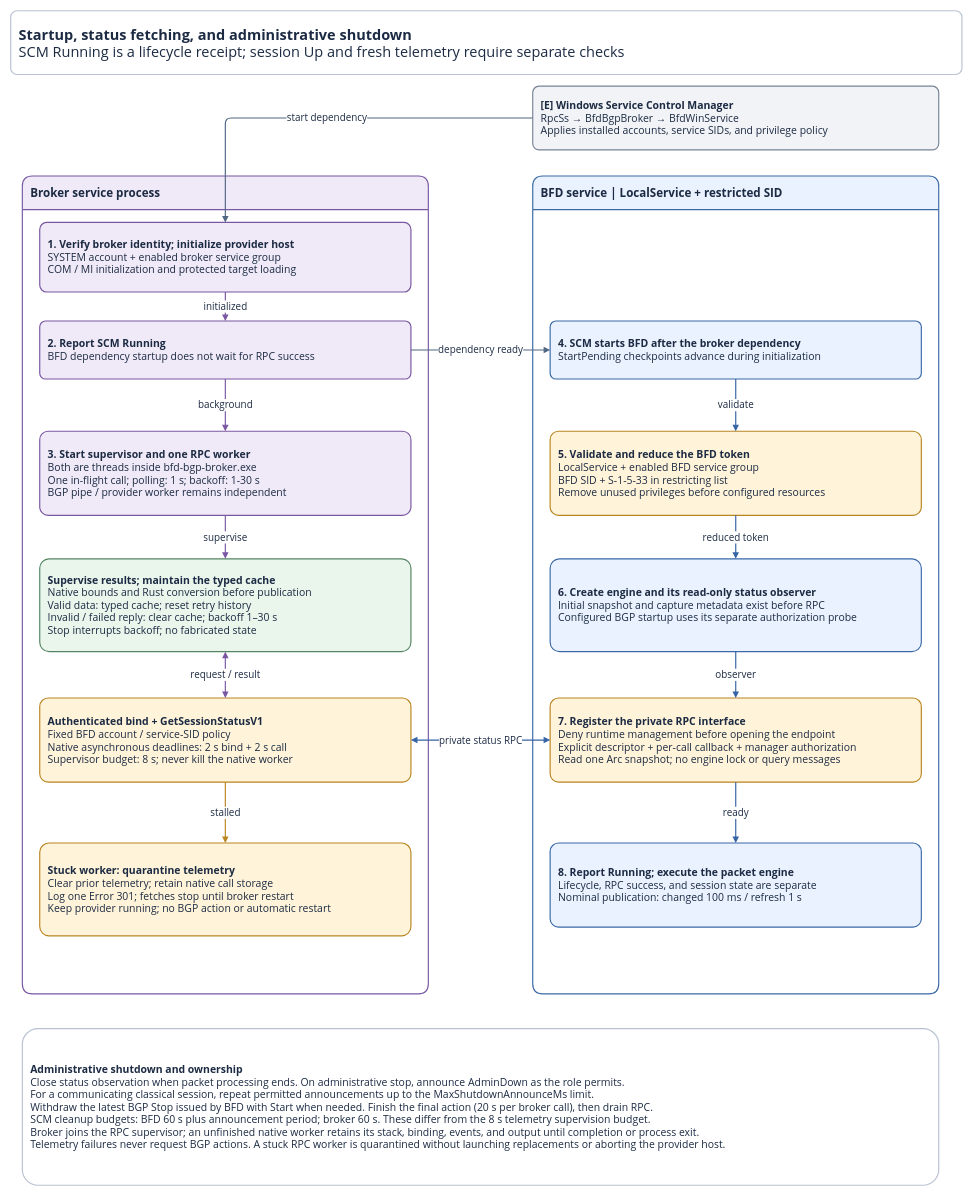
miketheitguy/bfd-winservice keeps this draw.io diagram as page "2 Service lifecycle" (2 of 3) of docs/service-communication.drawio. Above is the earlier version. Source tidied: cells renumbered, new cells numbered last; positions are measured from the earlier drawing's top-left corner, leaving out a move shared by most shapes. Both pictures are drawn from the tidied source at 58%, with x=0, y=0 at pixel (10, 10).
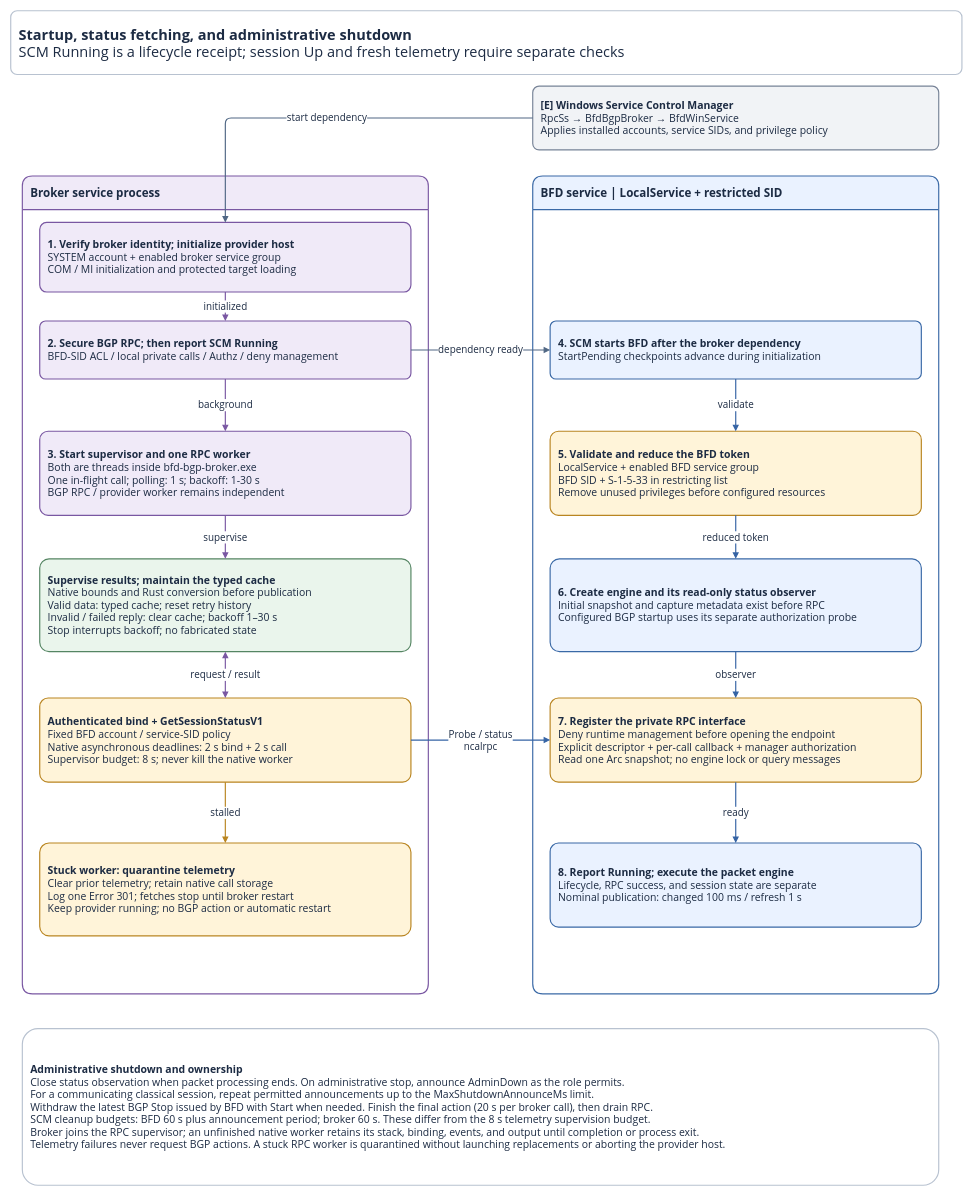
The same diagram, later.

Unchanged cells that the change refers to:
```xml
<mxCell id="4" value="&lt;b&gt;Broker service process&lt;/b&gt;" style="rounded=1;arcSize=10;whiteSpace=wrap;html=1;fillColor=#F0EAF8;strokeColor=#7957A2;strokeWidth=2;fontFamily=Segoe UI;fontSize=20;fontColor=#1C2B43;spacing=14;align=left;verticalAlign=middle;shape=swimlane;startSize=58;horizontal=1;swimlaneLine=1;" parent="1" vertex="1">
  <mxGeometry x="20" y="285" width="700" height="1410" as="geometry" />
</mxCell>
<mxCell id="9" value="&lt;b&gt;Authenticated bind + GetSessionStatusV1&lt;/b&gt;&lt;br&gt;Fixed BFD account / service-SID policy&lt;br&gt;Native asynchronous deadlines: 2 s bind + 2 s call&lt;br&gt;Supervisor budget: 8 s; never kill the native worker" style="rounded=1;arcSize=10;whiteSpace=wrap;html=1;fillColor=#FFF4D9;strokeColor=#B98521;strokeWidth=2;fontFamily=Segoe UI;fontSize=18;fontColor=#1C2B43;spacing=14;align=left;verticalAlign=middle;" parent="4" vertex="1">
  <mxGeometry x="30" y="900" width="640" height="145" as="geometry" />
</mxCell>
<mxCell id="15" value="&lt;b&gt;7. Register the private RPC interface&lt;/b&gt;&lt;br&gt;Deny runtime management before opening the endpoint&lt;br&gt;Explicit descriptor + per-call callback + manager authorization&lt;br&gt;Read one Arc snapshot; no engine lock or query messages" style="rounded=1;arcSize=10;whiteSpace=wrap;html=1;fillColor=#FFF4D9;strokeColor=#B98521;strokeWidth=2;fontFamily=Segoe UI;fontSize=18;fontColor=#1C2B43;spacing=14;align=left;verticalAlign=middle;" parent="5" vertex="1">
  <mxGeometry x="30" y="900" width="640" height="145" as="geometry" />
</mxCell>
```

What changed in the source:
```diff
@@
-    <mxCell id="7" value="&lt;b&gt;2. Report SCM Running&lt;/b&gt;&lt;br&gt;BFD dependency startup does not wait for RPC success" style="rounded=1;arcSize=10;whiteSpace=wrap;html=1;fillColor=#F0EAF8;strokeColor=#7957A2;strokeWidth=2;fontFamily=Segoe UI;fontSize=18;fontColor=#1C2B43;spacing=14;align=left;verticalAlign=middle;" parent="4" vertex="1">
+    <mxCell id="7" value="&lt;b&gt;2. Secure BGP RPC; then report SCM Running&lt;/b&gt;&lt;br&gt;BFD-SID ACL / local private calls / Authz / deny management" style="rounded=1;arcSize=10;whiteSpace=wrap;html=1;fillColor=#F0EAF8;strokeColor=#7957A2;strokeWidth=2;fontFamily=Segoe UI;fontSize=18;fontColor=#1C2B43;spacing=14;align=left;verticalAlign=middle;" parent="4" vertex="1">
       <mxGeometry x="30" y="250" width="640" height="100" as="geometry" />
     </mxCell>
-    <mxCell id="8" value="&lt;b&gt;3. Start supervisor and one RPC worker&lt;/b&gt;&lt;br&gt;Both are threads inside bfd-bgp-broker.exe&lt;br&gt;One in-flight call; polling: 1 s; backoff: 1-30 s&lt;br&gt;BGP pipe / provider worker remains independent" style="rounded=1;arcSize=10;whiteSpace=wrap;html=1;fillColor=#F0EAF8;strokeColor=#7957A2;strokeWidth=2;fontFamily=Segoe UI;fontSize=18;fontColor=#1C2B43;spacing=14;align=left;verticalAlign=middle;" parent="4" vertex="1">
+    <mxCell id="8" value="&lt;b&gt;3. Start supervisor and one RPC worker&lt;/b&gt;&lt;br&gt;Both are threads inside bfd-bgp-broker.exe&lt;br&gt;One in-flight call; polling: 1 s; backoff: 1-30 s&lt;br&gt;BGP RPC / provider worker remains independent" style="rounded=1;arcSize=10;whiteSpace=wrap;html=1;fillColor=#F0EAF8;strokeColor=#7957A2;strokeWidth=2;fontFamily=Segoe UI;fontSize=18;fontColor=#1C2B43;spacing=14;align=left;verticalAlign=middle;" parent="4" vertex="1">
       <mxGeometry x="30" y="440" width="640" height="145" as="geometry" />
     </mxCell>
@@
-    <mxCell id="28" value="private status RPC" style="edgeStyle=orthogonalEdgeStyle;rounded=1;html=1;strokeColor=#3563A4;strokeWidth=2;endArrow=block;endFill=1;fontFamily=Segoe UI;fontSize=17;fontColor=#1C2B43;labelBackgroundColor=#FFFFFF;spacing=6;jettySize=auto;startArrow=block;startFill=1;" parent="1" edge="1" source="9" target="15">
+    <mxCell id="28" value="Probe / status&lt;br&gt;ncalrpc" style="edgeStyle=orthogonalEdgeStyle;rounded=1;html=1;strokeColor=#3563A4;strokeWidth=2;endArrow=block;endFill=1;fontFamily=Segoe UI;fontSize=17;fontColor=#1C2B43;labelBackgroundColor=#FFFFFF;spacing=6;jettySize=auto;startArrow=none;" parent="1" edge="1" source="9" target="15">
       <mxGeometry relative="1" as="geometry" />
     </mxCell>
```
